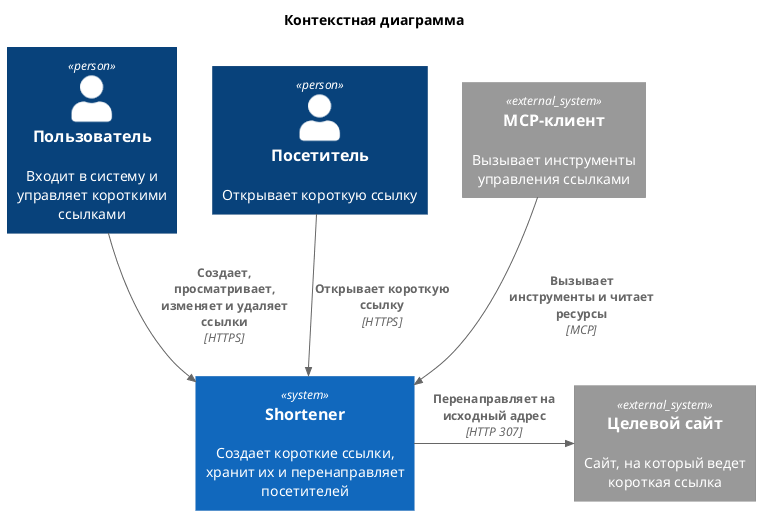
Earlier version of the PlantUML export schemas/images/system-context.png (arvaliullin/shortener). Its diagram source:
```plantuml
@startuml system-context
!RELATIVE_INCLUDE = "."
!include c4/C4_Context.puml

title Контекстная диаграмма

Person(user, "Пользователь", "Входит в систему и управляет короткими ссылками")
System_Ext(mcp_client, "MCP-клиент", "Вызывает инструменты управления ссылками")
Person(visitor, "Посетитель", "Открывает короткую ссылку")

System(shortener, "Shortener", "Создает короткие ссылки, хранит их и перенаправляет посетителей")

System_Ext(target, "Целевой сайт", "Сайт, на который ведет короткая ссылка")

Lay_R(user, visitor)
Lay_R(visitor, mcp_client)
Lay_D(visitor, shortener)
Lay_R(shortener, target)

Rel_D(user, shortener, "Создает, просматривает, изменяет и удаляет ссылки", "HTTPS")
Rel_D(visitor, shortener, "Открывает короткую ссылку", "HTTPS")
Rel_D(mcp_client, shortener, "Вызывает инструменты и читает ресурсы", "MCP")
Rel_R(shortener, target, "Перенаправляет на исходный адрес", "HTTP 307")

@enduml
```
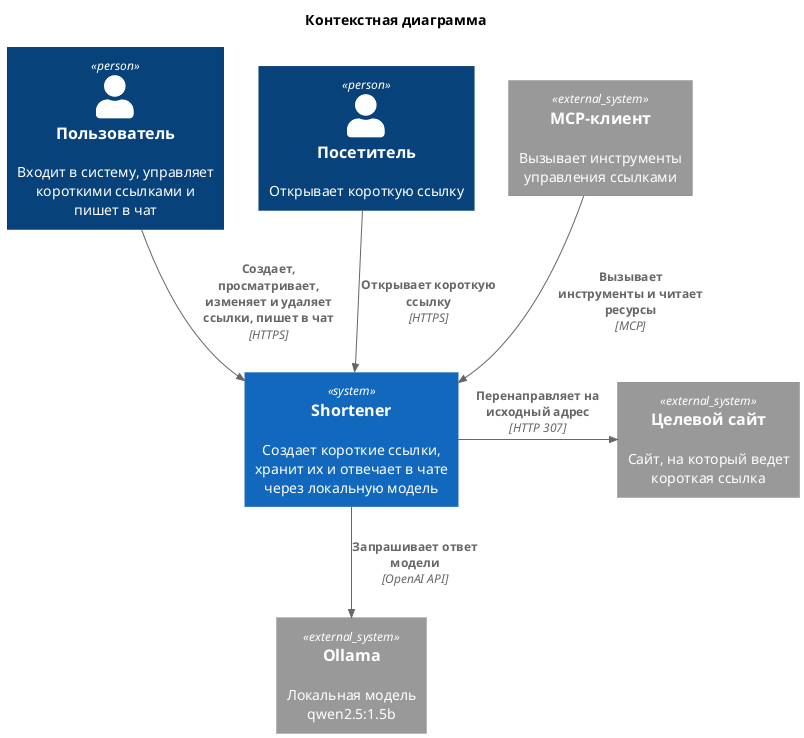
Later version of the same file.

Diff of the diagram source:
```diff
@@ -4,22 +4,25 @@
 
 title Контекстная диаграмма
 
-Person(user, "Пользователь", "Входит в систему и управляет короткими ссылками")
+Person(user, "Пользователь", "Входит в систему, управляет короткими ссылками и пишет в чат")
 System_Ext(mcp_client, "MCP-клиент", "Вызывает инструменты управления ссылками")
 Person(visitor, "Посетитель", "Открывает короткую ссылку")
 
-System(shortener, "Shortener", "Создает короткие ссылки, хранит их и перенаправляет посетителей")
+System(shortener, "Shortener", "Создает короткие ссылки, хранит их и отвечает в чате через локальную модель")
 
 System_Ext(target, "Целевой сайт", "Сайт, на который ведет короткая ссылка")
+System_Ext(ollama, "Ollama", "Локальная модель qwen2.5:1.5b")
 
 Lay_R(user, visitor)
 Lay_R(visitor, mcp_client)
 Lay_D(visitor, shortener)
 Lay_R(shortener, target)
+Lay_D(shortener, ollama)
 
-Rel_D(user, shortener, "Создает, просматривает, изменяет и удаляет ссылки", "HTTPS")
+Rel_D(user, shortener, "Создает, просматривает, изменяет и удаляет ссылки, пишет в чат", "HTTPS")
 Rel_D(visitor, shortener, "Открывает короткую ссылку", "HTTPS")
 Rel_D(mcp_client, shortener, "Вызывает инструменты и читает ресурсы", "MCP")
 Rel_R(shortener, target, "Перенаправляет на исходный адрес", "HTTP 307")
+Rel_D(shortener, ollama, "Запрашивает ответ модели", "OpenAI API")
 
 @enduml
```
